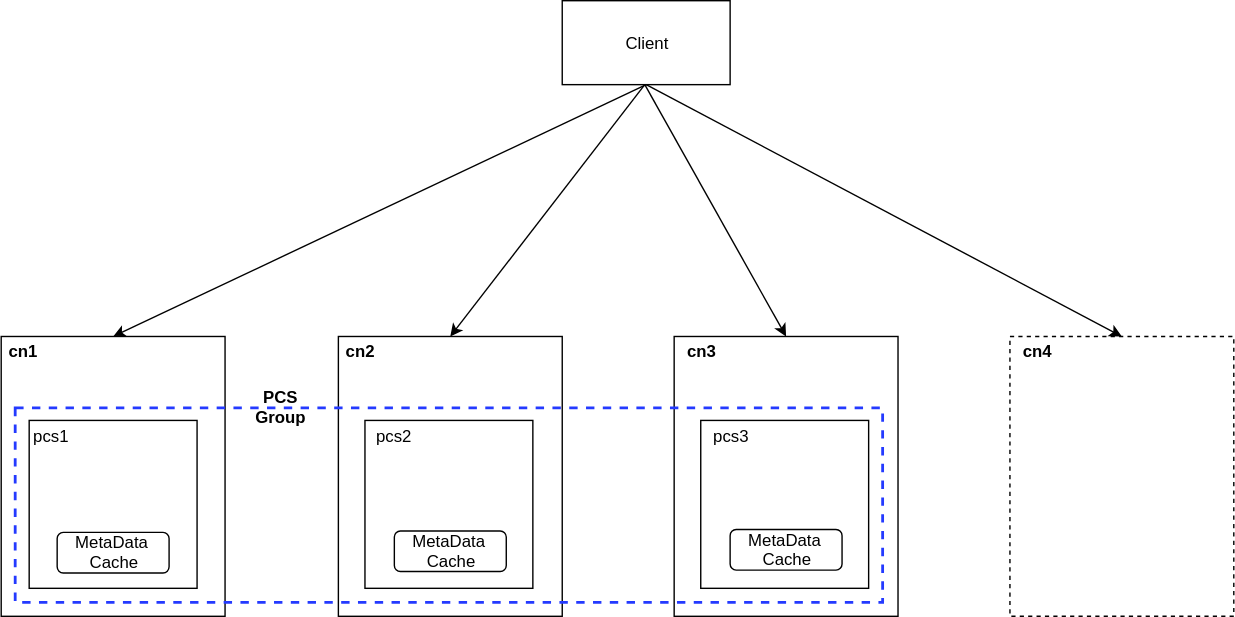
This is attachments/1671089515758.drawio.svg from simbahebinbo/smallfat.github.io, a draw.io export, as it was before one commit. Source tidied: cells renumbered, new cells last; positions are measured from the earlier drawing's top-left corner, leaving out a move shared by most shapes.
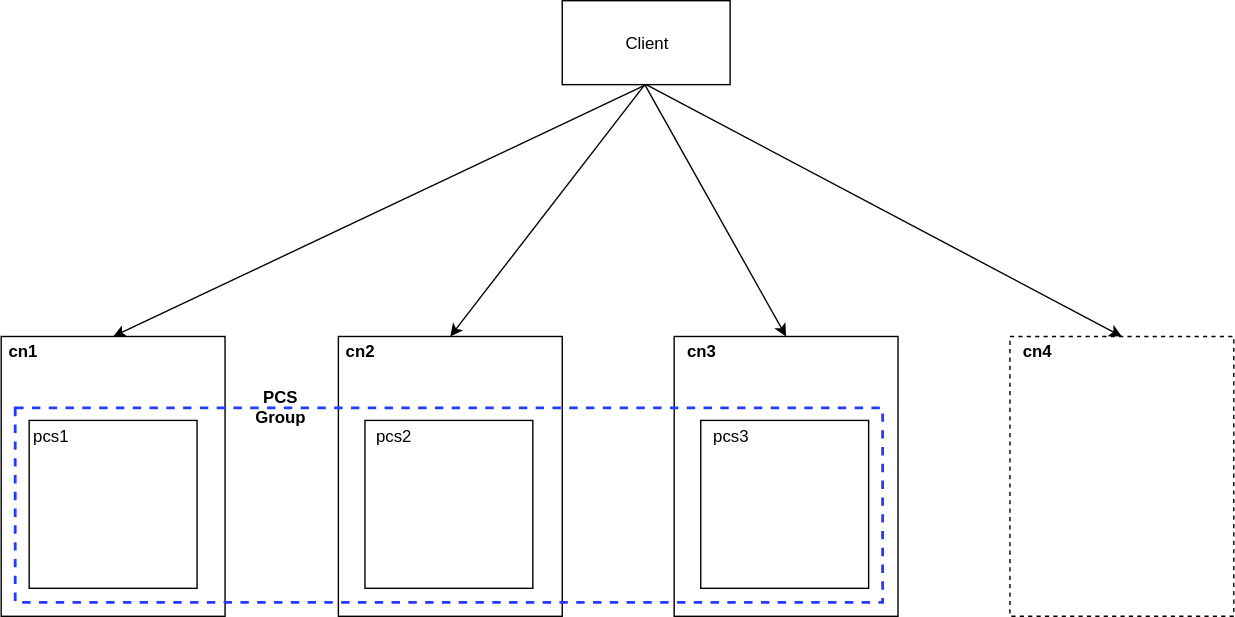
The same file after the commit.

Commit message:
添加附件 : attachments/1671089515758.drawio.svg

Change to the diagram source:
```diff
@@ -23,9 +23,6 @@
     <mxCell id="8" value="pcs1" style="text;html=1;strokeColor=none;fillColor=none;align=center;verticalAlign=middle;whiteSpace=wrap;rounded=0;dashed=1;" parent="1" vertex="1">
       <mxGeometry x="15" y="301" width="40" height="20" as="geometry" />
     </mxCell>
-    <mxCell id="9" value="MetaData&amp;nbsp;&lt;br&gt;Cache" style="rounded=1;whiteSpace=wrap;html=1;" parent="1" vertex="1">
-      <mxGeometry x="40" y="380" width="80" height="29" as="geometry" />
-    </mxCell>
     <mxCell id="10" value="cn2" style="text;html=1;strokeColor=none;fillColor=none;align=center;verticalAlign=middle;whiteSpace=wrap;rounded=0;fontStyle=1;" parent="1" vertex="1">
       <mxGeometry x="241" y="240" width="31" height="20" as="geometry" />
     </mxCell>
@@ -35,9 +32,6 @@
     <mxCell id="12" value="pcs2" style="text;html=1;strokeColor=none;fillColor=none;align=center;verticalAlign=middle;whiteSpace=wrap;rounded=0;dashed=1;" parent="1" vertex="1">
       <mxGeometry x="260" y="301" width="40" height="20" as="geometry" />
     </mxCell>
-    <mxCell id="13" value="MetaData&amp;nbsp;&lt;br&gt;Cache" style="rounded=1;whiteSpace=wrap;html=1;" parent="1" vertex="1">
-      <mxGeometry x="281" y="379" width="80" height="29" as="geometry" />
-    </mxCell>
     <mxCell id="14" value="cn3" style="text;html=1;strokeColor=none;fillColor=none;align=center;verticalAlign=middle;whiteSpace=wrap;rounded=0;fontStyle=1;" parent="1" vertex="1">
       <mxGeometry x="481" y="240" width="39" height="20" as="geometry" />
     </mxCell>
@@ -47,9 +41,6 @@
     <mxCell id="16" value="pcs3" style="text;html=1;strokeColor=none;fillColor=none;align=center;verticalAlign=middle;whiteSpace=wrap;rounded=0;dashed=1;" parent="1" vertex="1">
       <mxGeometry x="501" y="301" width="40" height="20" as="geometry" />
     </mxCell>
-    <mxCell id="17" value="MetaData&amp;nbsp;&lt;br&gt;Cache" style="rounded=1;whiteSpace=wrap;html=1;" parent="1" vertex="1">
-      <mxGeometry x="521" y="378" width="80" height="29" as="geometry" />
-    </mxCell>
     <mxCell id="18" style="whiteSpace=wrap;html=1;dashed=1;" parent="1" vertex="1">
       <mxGeometry x="721" y="240" width="160" height="200" as="geometry" />
     </mxCell>
```
